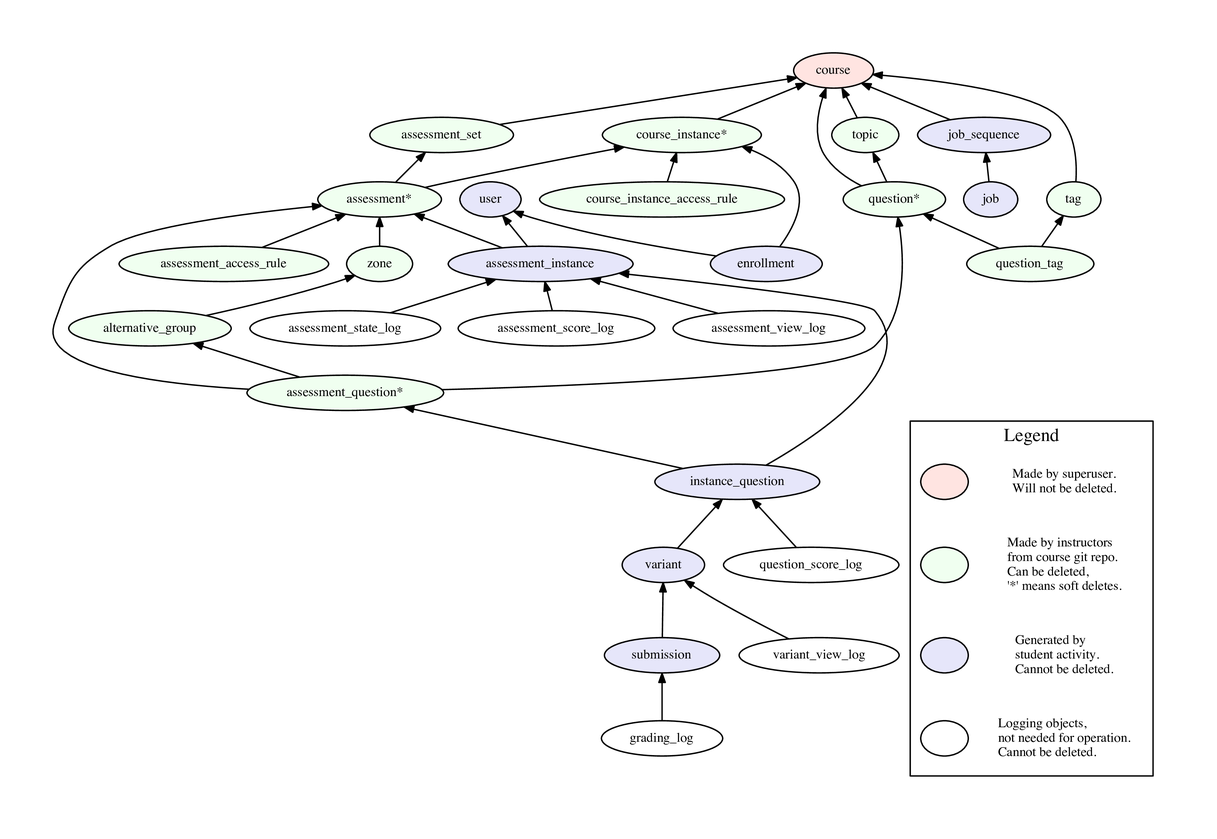
Before: doc/models.png, a diagram exported from Graphviz (PrairieLearn/PrairieLearn). Its source is kept beside it as doc/models.gv.
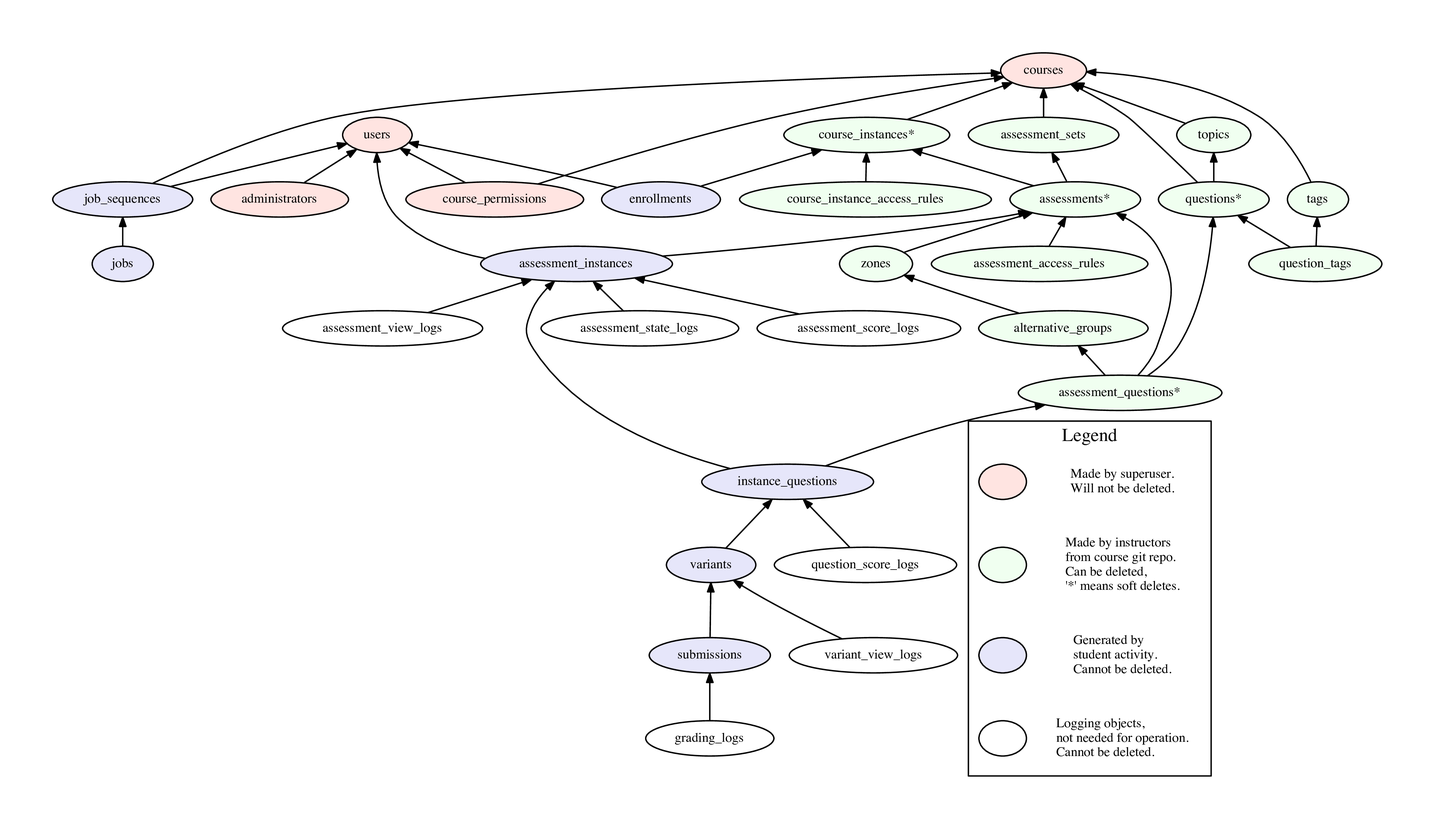
The same diagram one commit later.

What changed in the source:
```diff
@@ -5,64 +5,69 @@
     graph [nodesep = 0.2, ranksep = 0.3];
     edge [fontsize = 10, arrowsize = 0.7];
 
-    course [label="course", style=filled, fillcolor=mistyrose1]
+    users [style=filled, fillcolor=mistyrose1]
+    administrators [style=filled, fillcolor=mistyrose1]
+    courses [style=filled, fillcolor=mistyrose1]
+    course_permissions [style=filled, fillcolor=mistyrose1]
 
-    course_instance [label="course_instance*", style=filled, fillcolor=honeydew1]
-    course_instance_access_rule [style=filled, fillcolor=honeydew1]
-    assessment_access_rule [style=filled, fillcolor=honeydew1]
-    question [label="question*", style=filled, fillcolor=honeydew1]
-    question_tag [style=filled, fillcolor=honeydew1]
-    tag [style=filled, fillcolor=honeydew1]
-    assessment [label="assessment*", style=filled, fillcolor=honeydew1]
-    assessment_question [label="assessment_question*", style=filled, fillcolor=honeydew1]
-    assessment_set [style=filled, fillcolor=honeydew1]
-    topic [style=filled, fillcolor=honeydew1]
-    alternative_group [style=filled, fillcolor=honeydew1]
-    zone [style=filled, fillcolor=honeydew1]
+    course_instances [label="course_instances*", style=filled, fillcolor=honeydew1]
+    course_instance_access_rules [style=filled, fillcolor=honeydew1]
+    assessment_access_rules [style=filled, fillcolor=honeydew1]
+    questions [label="questions*", style=filled, fillcolor=honeydew1]
+    question_tags [style=filled, fillcolor=honeydew1]
+    tags [style=filled, fillcolor=honeydew1]
+    assessments [label="assessments*", style=filled, fillcolor=honeydew1]
+    assessment_questions [label="assessment_questions*", style=filled, fillcolor=honeydew1]
+    assessment_sets [style=filled, fillcolor=honeydew1]
+    topics [style=filled, fillcolor=honeydew1]
+    alternative_groups [style=filled, fillcolor=honeydew1]
+    zones [style=filled, fillcolor=honeydew1]
 
-    enrollment [style=filled, fillcolor=lavender]
-    user [style=filled, fillcolor=lavender]
-    assessment_instance [style=filled, fillcolor=lavender]
-    instance_question [style=filled, fillcolor=lavender]
-    variant [style=filled, fillcolor=lavender]
-    submission [style=filled, fillcolor=lavender]
-    job_sequence [style=filled, fillcolor=lavender]
-    job [style=filled, fillcolor=lavender]
+    enrollments [style=filled, fillcolor=lavender]
+    assessment_instances [style=filled, fillcolor=lavender]
+    instance_questions [style=filled, fillcolor=lavender]
+    variants [style=filled, fillcolor=lavender]
+    submissions [style=filled, fillcolor=lavender]
+    job_sequences [style=filled, fillcolor=lavender]
+    jobs [style=filled, fillcolor=lavender]
 
-    assessment_state_log [style=filled, fillcolor=white]
-    grading_log [style=filled, fillcolor=white]
-    assessment_score_log [style=filled, fillcolor=white]
-    question_score_log [style=filled, fillcolor=white]
-    variant_view_log [style=filled, fillcolor=white]
-    assessment_view_log [style=filled, fillcolor=white]
+    assessment_state_logs [style=filled, fillcolor=white]
+    grading_logs [style=filled, fillcolor=white]
+    assessment_score_logs [style=filled, fillcolor=white]
+    question_score_logs [style=filled, fillcolor=white]
+    variant_view_logs [style=filled, fillcolor=white]
+    assessment_view_logs [style=filled, fillcolor=white]
 
-    assessment_access_rule -> { assessment }
-    course_instance -> { course }
-    course_instance_access_rule -> { course_instance }
-    question -> { course; topic }
-    question_tag -> { question; tag }
-    tag -> { course }
-    assessment -> { course_instance; assessment_set }
-    assessment_question -> { assessment; alternative_group; question }
-    assessment_set -> { course }
-    topic -> { course }
-    zone -> { assessment }
-    alternative_group -> { zone }
+    administrators -> { users }
+    course_permissions -> { users; courses }
 
-    enrollment -> { user; course_instance }
-    assessment_instance -> { assessment; user }
-    instance_question -> { assessment_question; assessment_instance }
-    variant -> { instance_question }
-    submission -> { variant }
-    job_sequence -> { course }
-    job -> { job_sequence }
+    assessment_access_rules -> { assessments }
+    course_instances -> { courses }
+    course_instance_access_rules -> { course_instances }
+    questions -> { courses; topics }
+    question_tags -> { questions; tags }
+    tags -> { courses }
+    assessments -> { course_instances; assessment_sets }
+    assessment_questions -> { assessments; alternative_groups; questions }
+    assessment_sets -> { courses }
+    topics -> { courses }
+    zones -> { assessments }
+    alternative_groups -> { zones }
 
-    assessment_state_log -> { assessment_instance }
-    grading_log -> { submission }
-    assessment_score_log -> { assessment_instance }
-    question_score_log -> { instance_question }
-    variant_view_log -> { variant }
-    assessment_view_log -> { assessment_instance }
+    enrollments -> { users; course_instances }
+    assessment_instances -> { assessments; users }
+    instance_questions -> { assessment_questions; assessment_instances }
+    variants -> { instance_questions }
+    submissions -> { variants }
+    job_sequences -> { courses; users }
+    jobs -> { job_sequences }
+
+    assessment_state_logs -> { assessment_instances }
+    grading_logs -> { submissions }
+    assessment_score_logs -> { assessment_instances }
+    question_score_logs -> { instance_questions }
+    variant_view_logs -> { variants }
+    assessment_view_logs -> { assessment_instances }
 
     subgraph cluster_legend {
 
```
